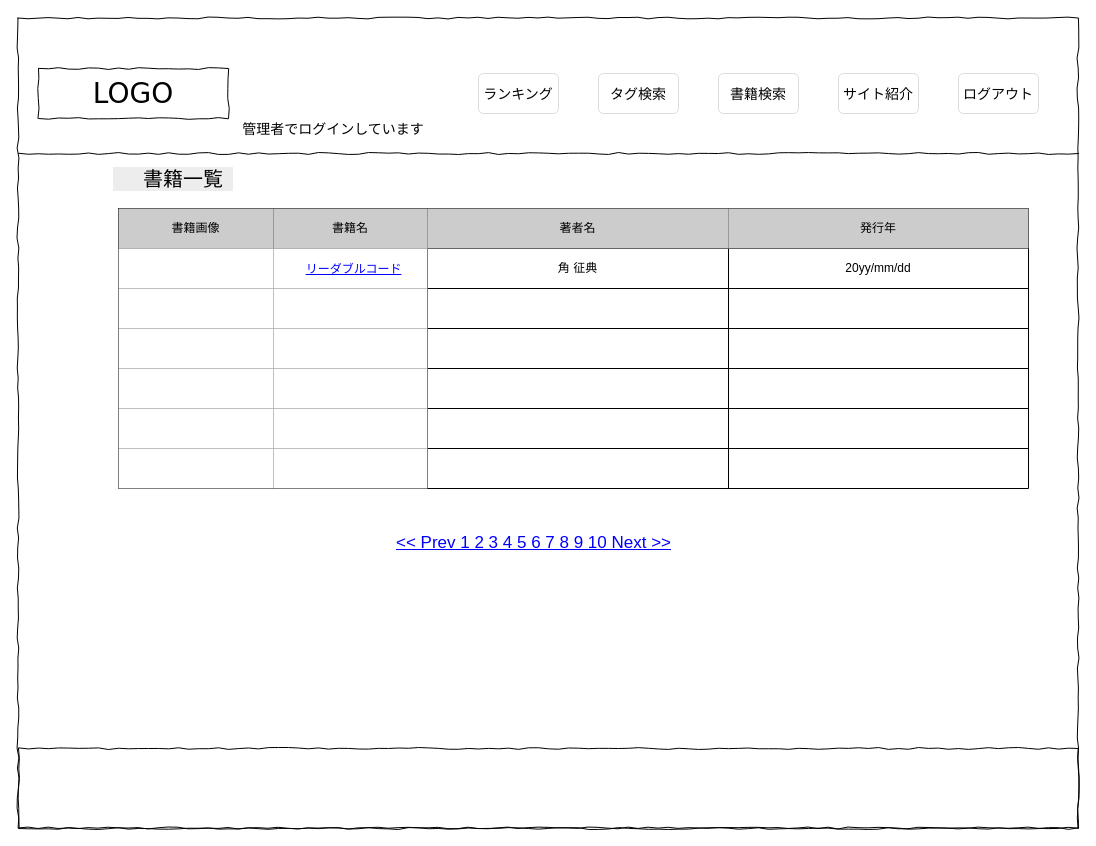
Above: page "書籍一覧" (6 of 12) of wire_TechnicalBookReviewers_admin.drawio in MitsuruYako/TechnicalBookReviewers (draw.io), before the change. Source tidied: cells renumbered, new cells numbered last; positions are measured from the earlier drawing's top-left corner, leaving out a move shared by most shapes. Both pictures are drawn from the tidied source at 100%, with x=0, y=0 at pixel (18, 18).
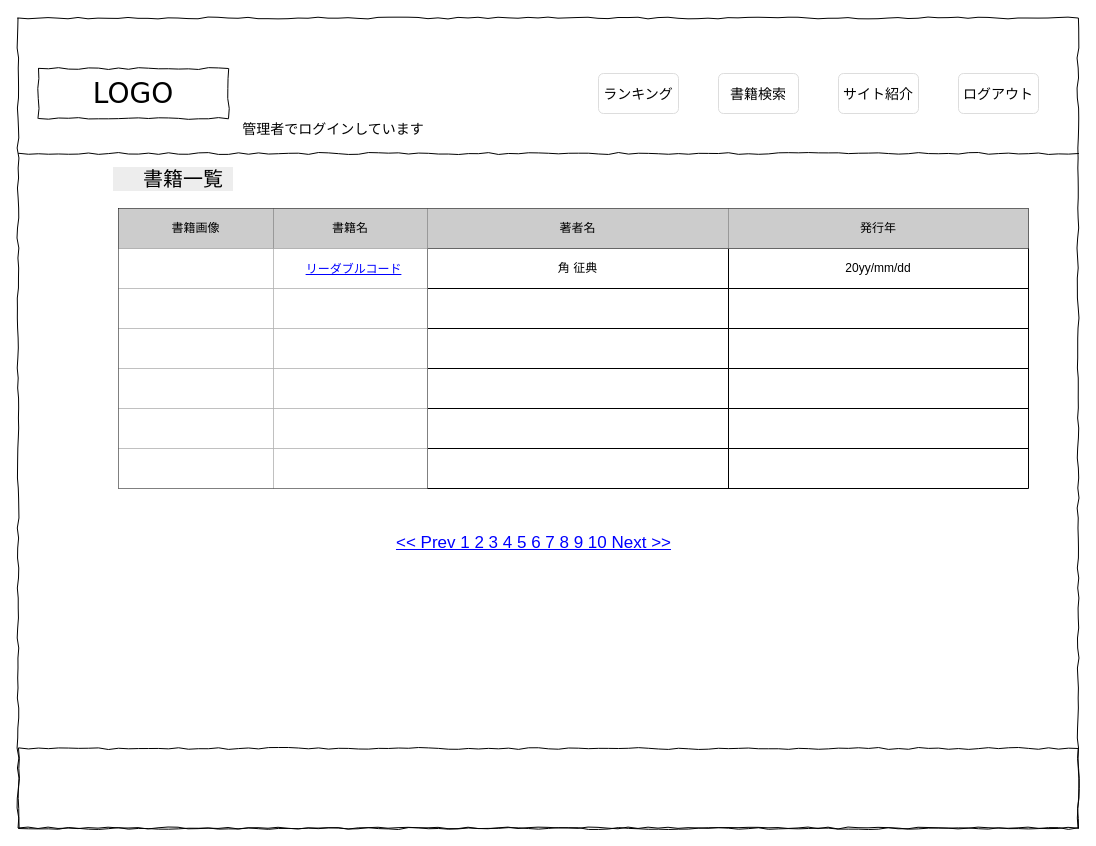
The same diagram, later.

Change to the diagram source:
```diff
@@
-    <mxCell id="54" value="&lt;span style=&quot;font-size: 14px&quot;&gt;タグ検索&lt;/span&gt;" style="html=1;shadow=0;dashed=0;shape=mxgraph.bootstrap.rrect;rSize=5;strokeColor=#dddddd;align=center;fontSize=16;whiteSpace=wrap;fillColor=#FFFFFF;" parent="1" vertex="1">
+    <mxCell id="54" value="&lt;span style=&quot;font-size: 14px&quot;&gt;ランキング&lt;/span&gt;" style="html=1;shadow=0;dashed=0;shape=mxgraph.bootstrap.rrect;rSize=5;strokeColor=#dddddd;align=center;fontSize=16;whiteSpace=wrap;fillColor=#FFFFFF;" parent="1" vertex="1">
       <mxGeometry x="580" y="55" width="80" height="40" as="geometry" />
     </mxCell>
-    <mxCell id="55" value="&lt;span style=&quot;font-size: 14px&quot;&gt;ランキング&lt;/span&gt;" style="html=1;shadow=0;dashed=0;shape=mxgraph.bootstrap.rrect;rSize=5;strokeColor=#dddddd;align=center;fontSize=16;whiteSpace=wrap;fillColor=#FFFFFF;" parent="1" vertex="1">
-      <mxGeometry x="460" y="55" width="80" height="40" as="geometry" />
-    </mxCell>
```
